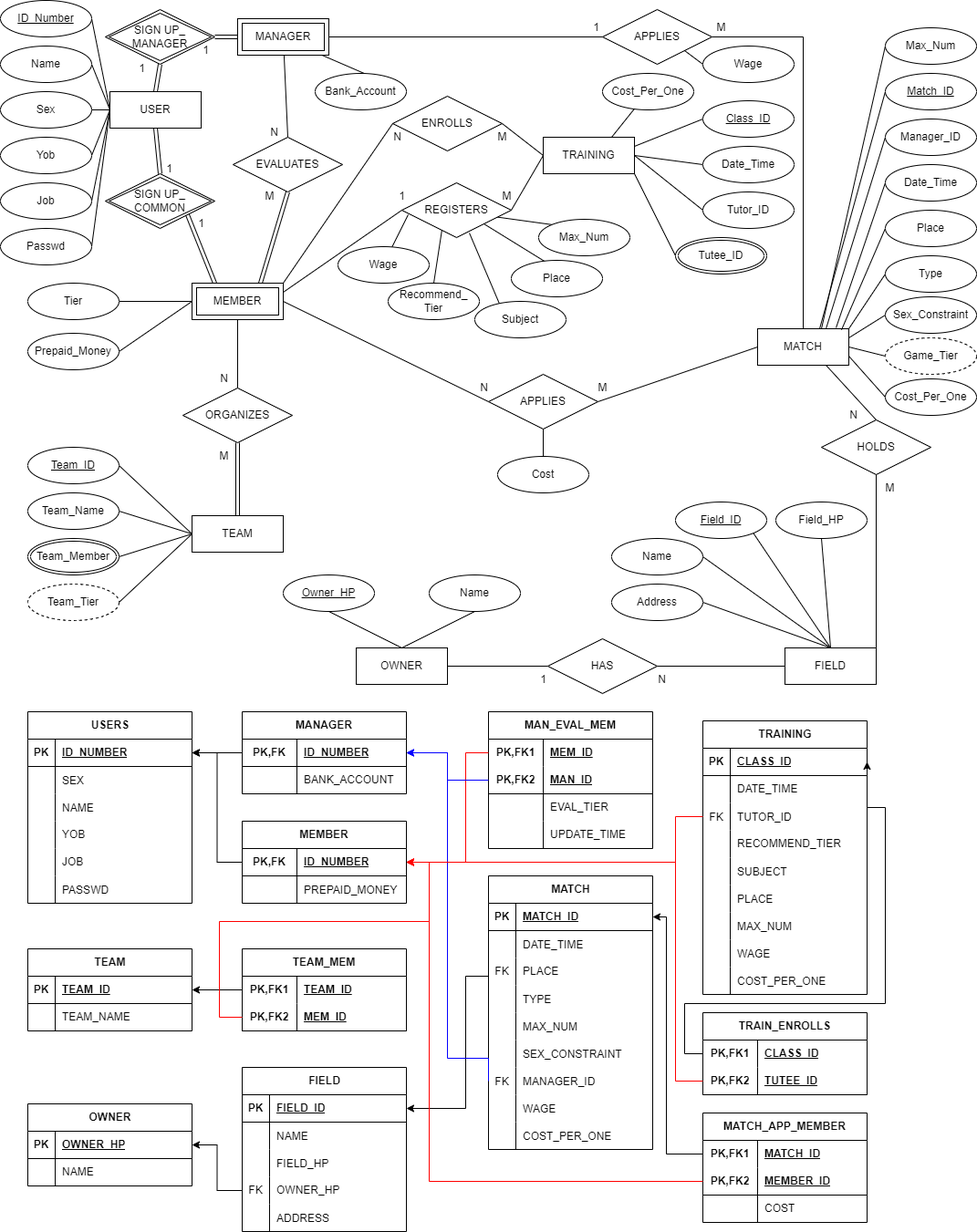
eutopia115/DB keeps this draw.io diagram as erd.png. Above is the earlier version. Source tidied: cells renumbered, new cells last; positions are measured from the earlier drawing's top-left corner, leaving out a move shared by most shapes.
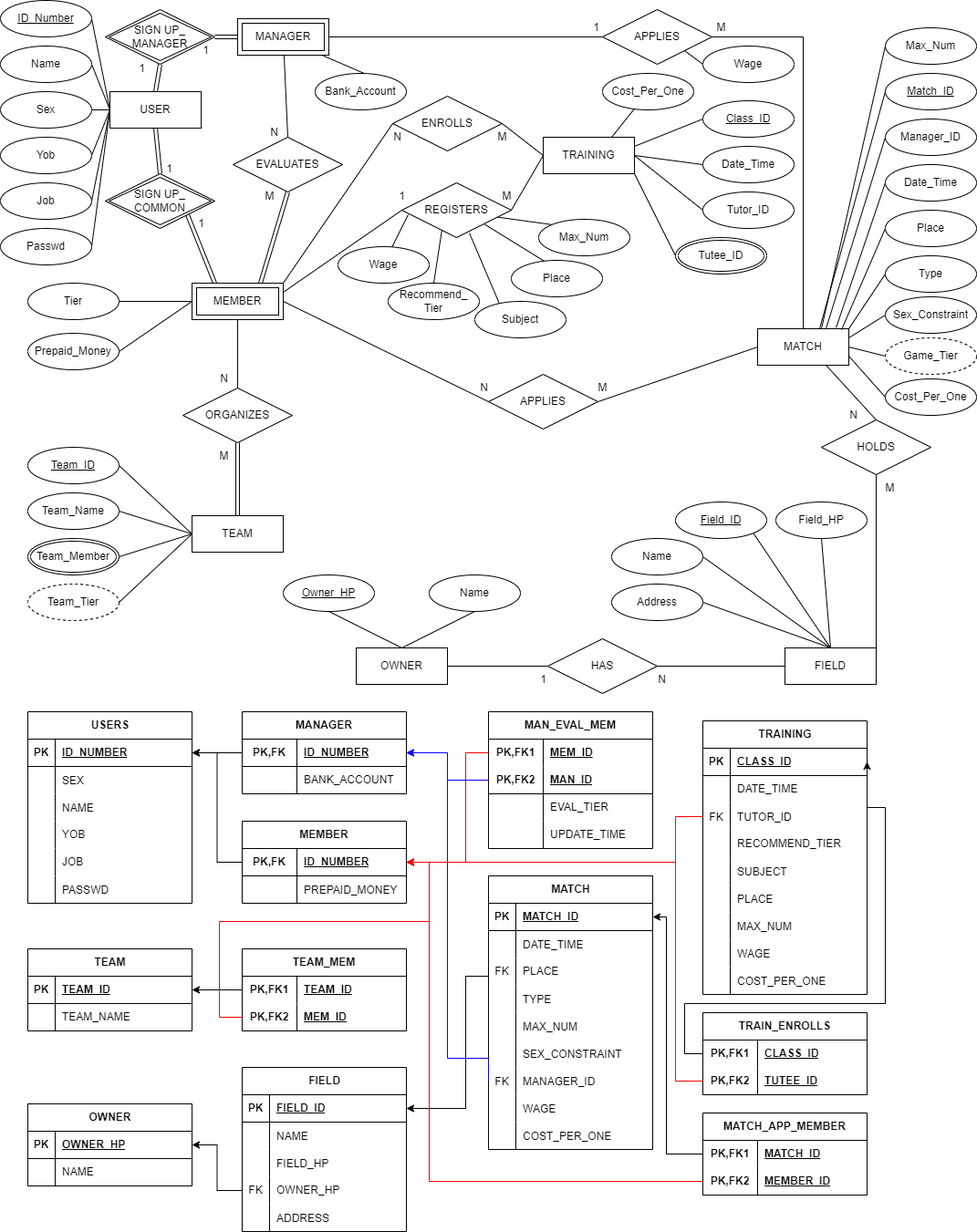
After the commit.

Diff of the diagram source:
```diff
@@ -134,9 +134,6 @@
     <mxCell id="45" style="edgeStyle=none;rounded=0;jettySize=auto;html=1;exitX=1;exitY=0.5;exitDx=0;exitDy=0;entryX=0;entryY=0.5;entryDx=0;entryDy=0;endArrow=none;endFill=0;" parent="1" edge="1" source="47" target="44">
       <mxGeometry relative="1" as="geometry" />
     </mxCell>
-    <mxCell id="46" style="edgeStyle=none;rounded=0;jettySize=auto;html=1;exitX=0.5;exitY=1;exitDx=0;exitDy=0;entryX=0.5;entryY=0;entryDx=0;entryDy=0;endArrow=none;endFill=0;" parent="1" edge="1" source="47" target="64">
-      <mxGeometry relative="1" as="geometry" />
-    </mxCell>
     <mxCell id="47" value="APPLIES" style="shape=rhombus;perimeter=rhombusPerimeter;whiteSpace=wrap;html=1;align=center;" parent="1" vertex="1">
       <mxGeometry x="535" y="410" width="120" height="60" as="geometry" />
     </mxCell>
@@ -188,9 +185,6 @@
     <mxCell id="63" value="Wage" style="ellipse;whiteSpace=wrap;html=1;align=center;" parent="1" vertex="1">
       <mxGeometry x="370" y="270" width="100" height="40" as="geometry" />
     </mxCell>
-    <mxCell id="64" value="Cost" style="ellipse;whiteSpace=wrap;html=1;align=center;" parent="1" vertex="1">
-      <mxGeometry x="545" y="500" width="100" height="40" as="geometry" />
-    </mxCell>
     <mxCell id="65" value="Wage" style="ellipse;whiteSpace=wrap;html=1;align=center;" parent="1" vertex="1">
       <mxGeometry x="770" y="50" width="100" height="40" as="geometry" />
     </mxCell>
@@ -784,7 +778,7 @@
       <mxGeometry x="30" width="150" height="30" as="geometry" />
     </mxCell>
     <mxCell id="260" value="MATCH_APP_MEMBER" style="shape=table;startSize=30;rowLines=0;fontStyle=1;align=center;html=1;whiteSpace=wrap;" parent="1" vertex="1">
-      <mxGeometry x="770" y="1220" width="180" height="120" as="geometry" />
+      <mxGeometry x="770" y="1220" width="180" height="90" as="geometry" />
     </mxCell>
     <mxCell id="261" style="shape=tableRow;horizontal=0;startSize=0;swimlaneHead=0;swimlaneBody=0;fillColor=none;points=[[0,0.5],[1,0.5]];portConstraint=eastwest;top=0;left=0;right=0;bottom=0;html=1;" parent="260" vertex="1">
       <mxGeometry y="30" width="180" height="30" as="geometry" />
@@ -804,15 +798,6 @@
     <mxCell id="266" value="MEMBER_ID" style="shape=partialRectangle;fillColor=none;top=0;left=0;bottom=0;right=0;align=left;spacingLeft=6;fontStyle=5;overflow=hidden;html=1;whiteSpace=wrap;" parent="264" vertex="1">
       <mxGeometry x="60" width="120" height="30" as="geometry" />
     </mxCell>
-    <mxCell id="267" style="shape=tableRow;horizontal=0;startSize=0;swimlaneHead=0;swimlaneBody=0;fillColor=none;top=0;left=0;right=0;bottom=0;html=1;" parent="260" vertex="1">
-      <mxGeometry y="90" width="180" height="30" as="geometry" />
-    </mxCell>
-    <mxCell id="268" style="shape=partialRectangle;fillColor=none;top=0;left=0;bottom=0;right=0;overflow=hidden;html=1;whiteSpace=wrap;" parent="267" vertex="1">
-      <mxGeometry width="60" height="30" as="geometry" />
-    </mxCell>
-    <mxCell id="269" value="COST" style="shape=partialRectangle;fillColor=none;top=0;left=0;bottom=0;right=0;align=left;spacingLeft=6;overflow=hidden;html=1;whiteSpace=wrap;" parent="267" vertex="1">
-      <mxGeometry x="60" width="120" height="30" as="geometry" />
-    </mxCell>
     <mxCell id="270" value="OWNER" style="shape=table;startSize=30;rowLines=0;fontStyle=1;align=center;html=1;" parent="1" vertex="1">
       <mxGeometry x="30" y="1210" width="180" height="90" as="geometry" />
     </mxCell>
```
